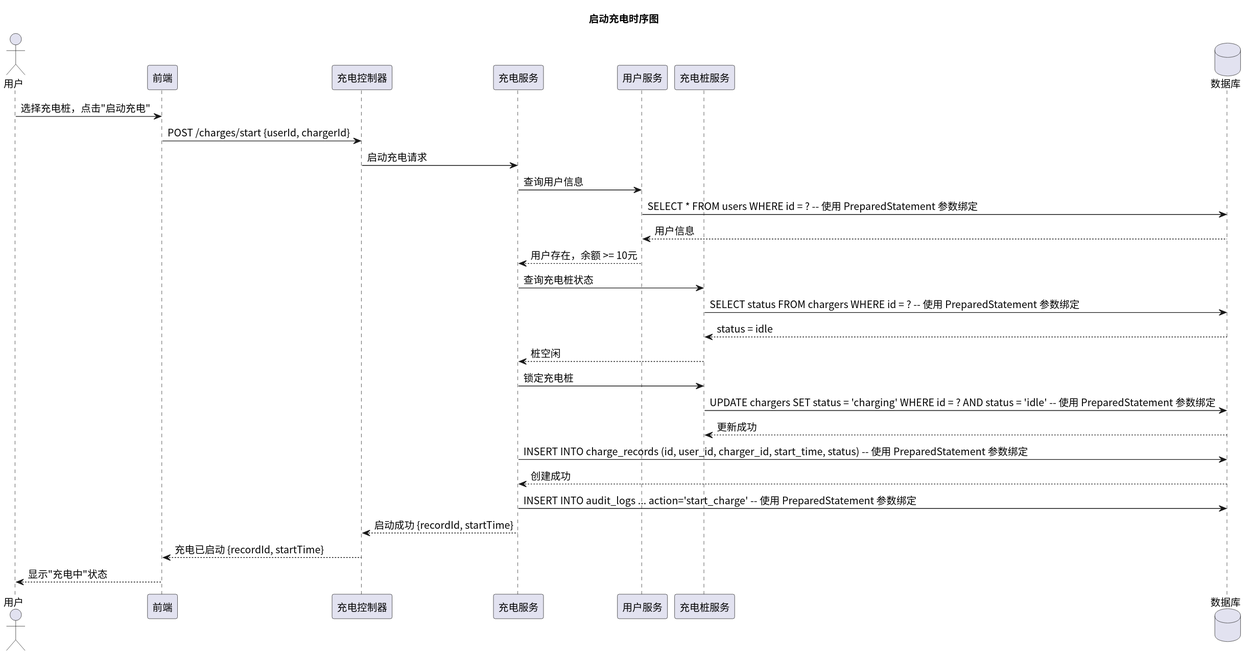
greenhandzdl/charging-station-doc keeps this PlantUML diagram as time/img/sequence_charging.svg. Above is the earlier version.
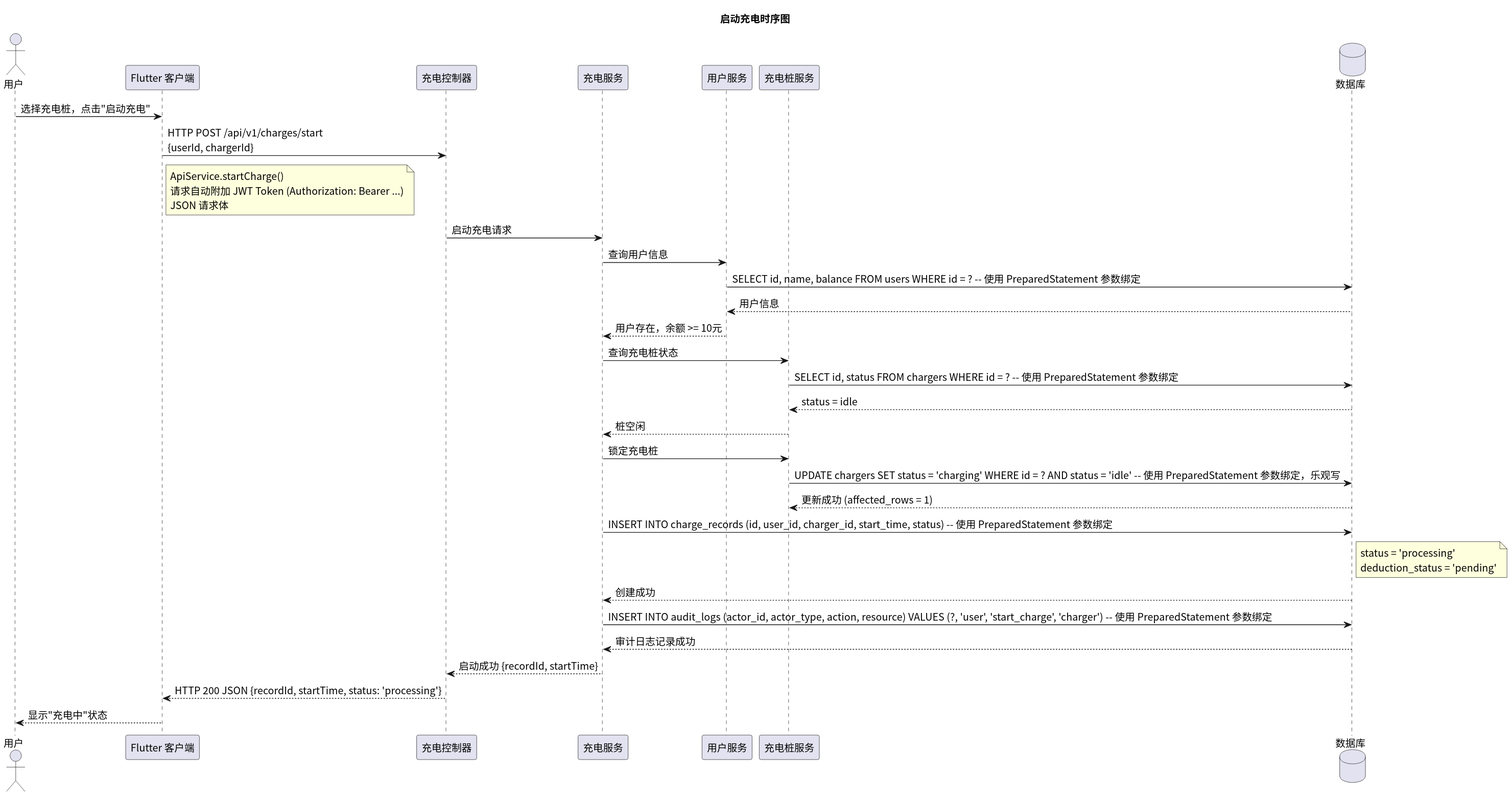
After the change.

Change to the diagram source:
```diff
@@ -4,37 +4,41 @@
 title 启动充电时序图
 
 actor 用户 as U
-participant 前端 as FE
-participant 充电控制器 as Ctrl
-participant 充电服务 as Service
-participant 用户服务 as US
-participant 充电桩服务 as CS
+participant "Flutter 客户端" as FE
+participant "充电控制器" as Ctrl
+participant "充电服务" as Service
+participant "用户服务" as US
+participant "充电桩服务" as CS
 database 数据库 as DB
 
 U -> FE: 选择充电桩，点击"启动充电"
-FE -> Ctrl: POST /charges/start {userId, chargerId}
+FE -> Ctrl: HTTP POST /api/v1/charges/start\n{userId, chargerId}
+note right FE : ApiService.startCharge()\n请求自动附加 JWT Token (Authorization: Bearer ...)\nJSON 请求体
+
 Ctrl -> Service: 启动充电请求
 
 Service -> US: 查询用户信息
-US -> DB: SELECT * FROM users WHERE id = ? -- 使用 PreparedStatement 参数绑定
+US -> DB: SELECT id, name, balance FROM users WHERE id = ? -- 使用 PreparedStatement 参数绑定
 DB --> US: 用户信息
 US --> Service: 用户存在，余额 >= 10元
 
 Service -> CS: 查询充电桩状态
-CS -> DB: SELECT status FROM chargers WHERE id = ? -- 使用 PreparedStatement 参数绑定
+CS -> DB: SELECT id, status FROM chargers WHERE id = ? -- 使用 PreparedStatement 参数绑定
 DB --> CS: status = idle
 CS --> Service: 桩空闲
 
 Service -> CS: 锁定充电桩
-CS -> DB: UPDATE chargers SET status = 'charging' WHERE id = ? AND status = 'idle' -- 使用 PreparedStatement 参数绑定
-DB --> CS: 更新成功
+CS -> DB: UPDATE chargers SET status = 'charging' WHERE id = ? AND status = 'idle' -- 使用 PreparedStatement 参数绑定，乐观写
+DB --> CS: 更新成功 (affected_rows = 1)
 
 Service -> DB: INSERT INTO charge_records (id, user_id, charger_id, start_time, status) -- 使用 PreparedStatement 参数绑定
+note right DB : status = 'processing'\ndeduction_status = 'pending'
 DB --> Service: 创建成功
 
-Service -> DB: INSERT INTO audit_logs ... action='start_charge' -- 使用 PreparedStatement 参数绑定
+Service -> DB: INSERT INTO audit_logs (actor_id, actor_type, action, resource) VALUES (?, 'user', 'start_charge', 'charger') -- 使用 PreparedStatement 参数绑定
+DB --> Service: 审计日志记录成功
+
 Service --> Ctrl: 启动成功 {recordId, startTime}
-
-Ctrl --> FE: 充电已启动 {recordId, startTime}
+Ctrl --> FE: HTTP 200 JSON {recordId, startTime, status: 'processing'}
 FE --> U: 显示"充电中"状态
 @enduml
```
